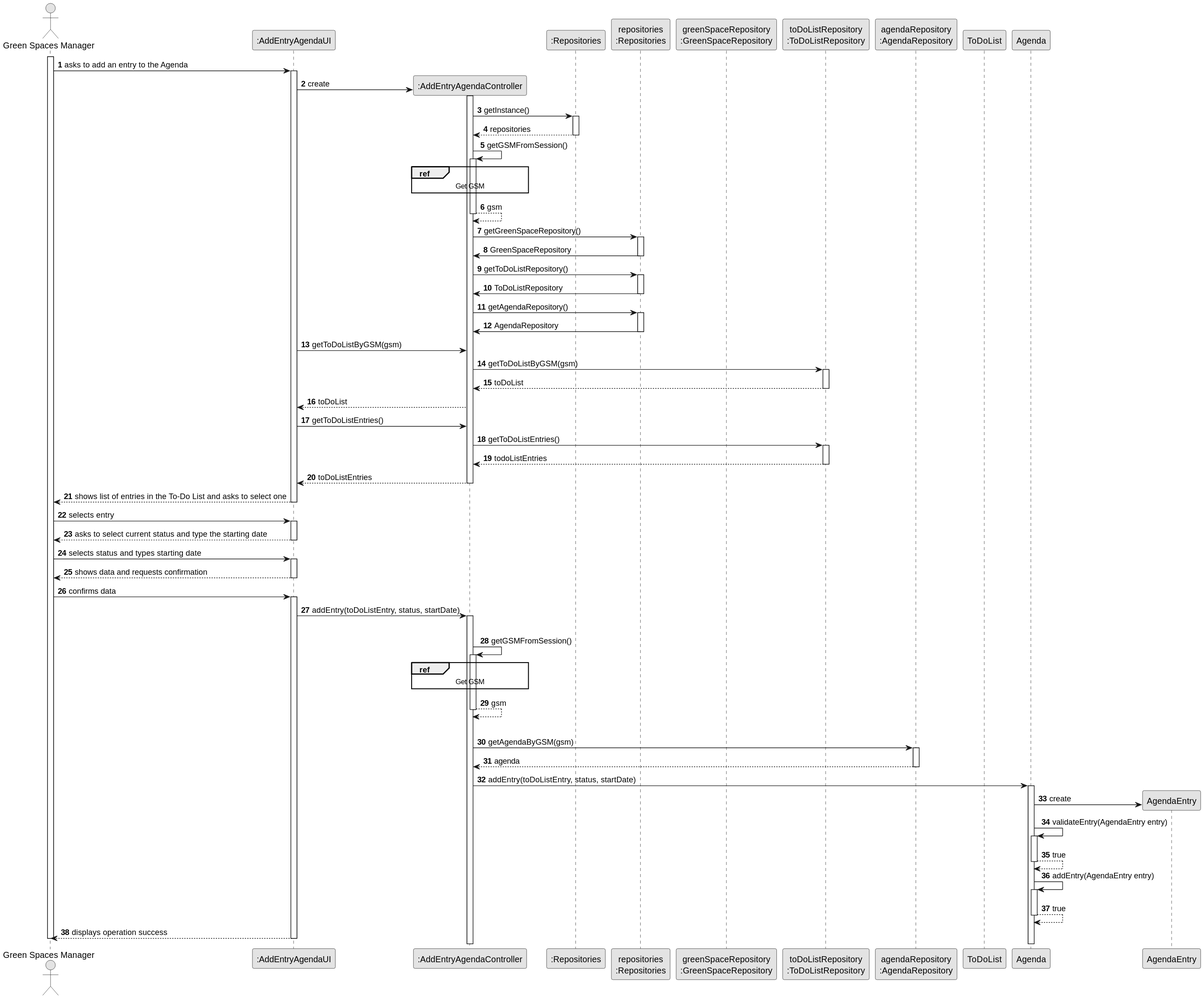
This is docs/sprint3/us022/03.design/svg/us022-sequence-diagram-full.svg from tiagosoa/lei-24-s2-1dgh-g073, a PlantUML export, as it was before one commit.
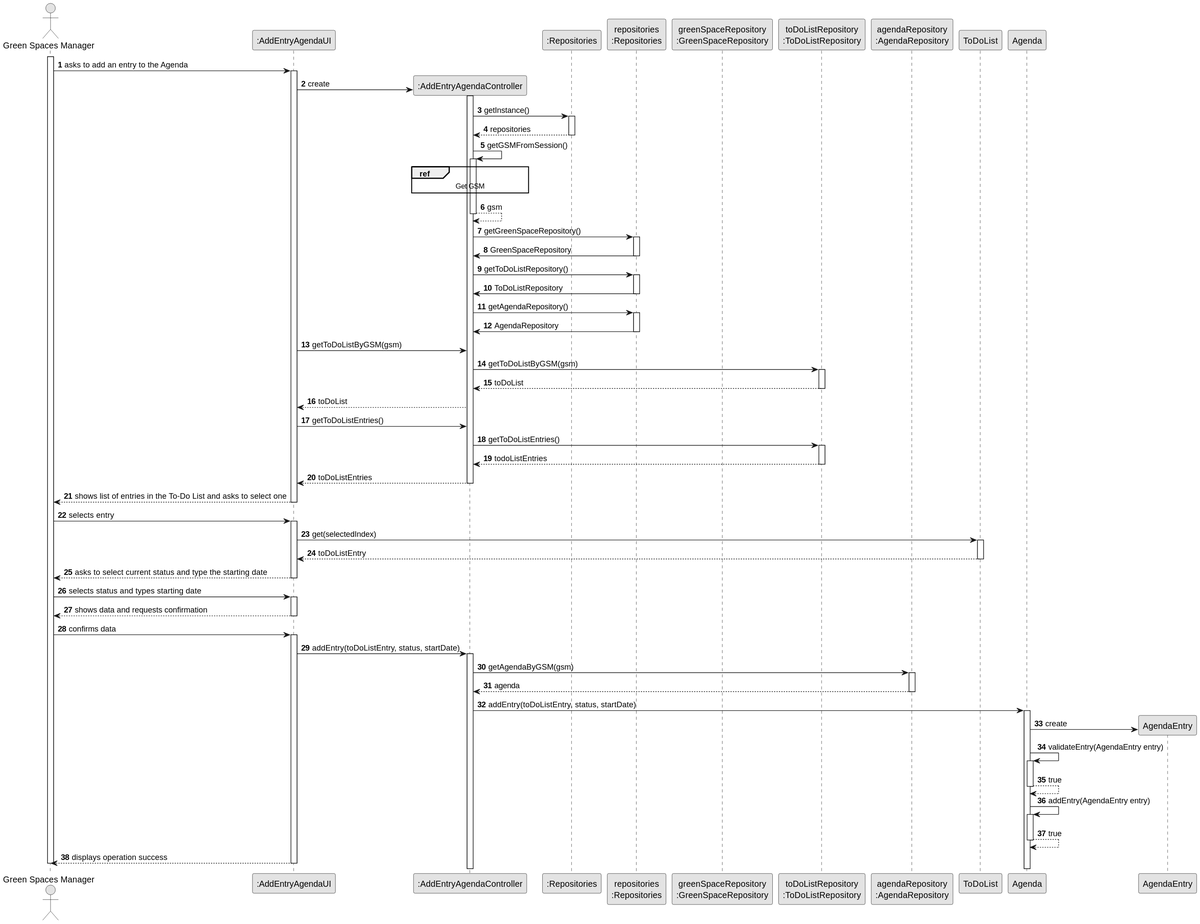
Above is the later version.

The edit, as a diff of the source:
```diff
@@ -90,6 +90,12 @@
     ADM -> UI : selects entry
     activate UI
 
+                                        UI -> TDL : get(selectedIndex)
+                                        activate TDL
+
+                                       TDL --> UI : toDoListEntry
+                                       deactivate TDL
+
     UI --> ADM : asks to select current status and type the starting date
     deactivate UI
 
@@ -106,18 +112,6 @@
         UI -> CTRL : addEntry(toDoListEntry, status, startDate)
         activate CTRL
 
-            |||
-            CTRL -> CTRL : getGSMFromSession()
-            activate CTRL
-
-            ref over CTRL
-            Get GSM
-            end
-
-                CTRL --> CTRL : gsm
-            deactivate CTRL
-
-            |||
 
             CTRL -> AR: getAgendaByGSM(gsm)
             activate AR
@@ -145,5 +139,6 @@
             UI --> ADM: displays operation success
     deactivate UI
 
+
 deactivate ADM
 @enduml
```
